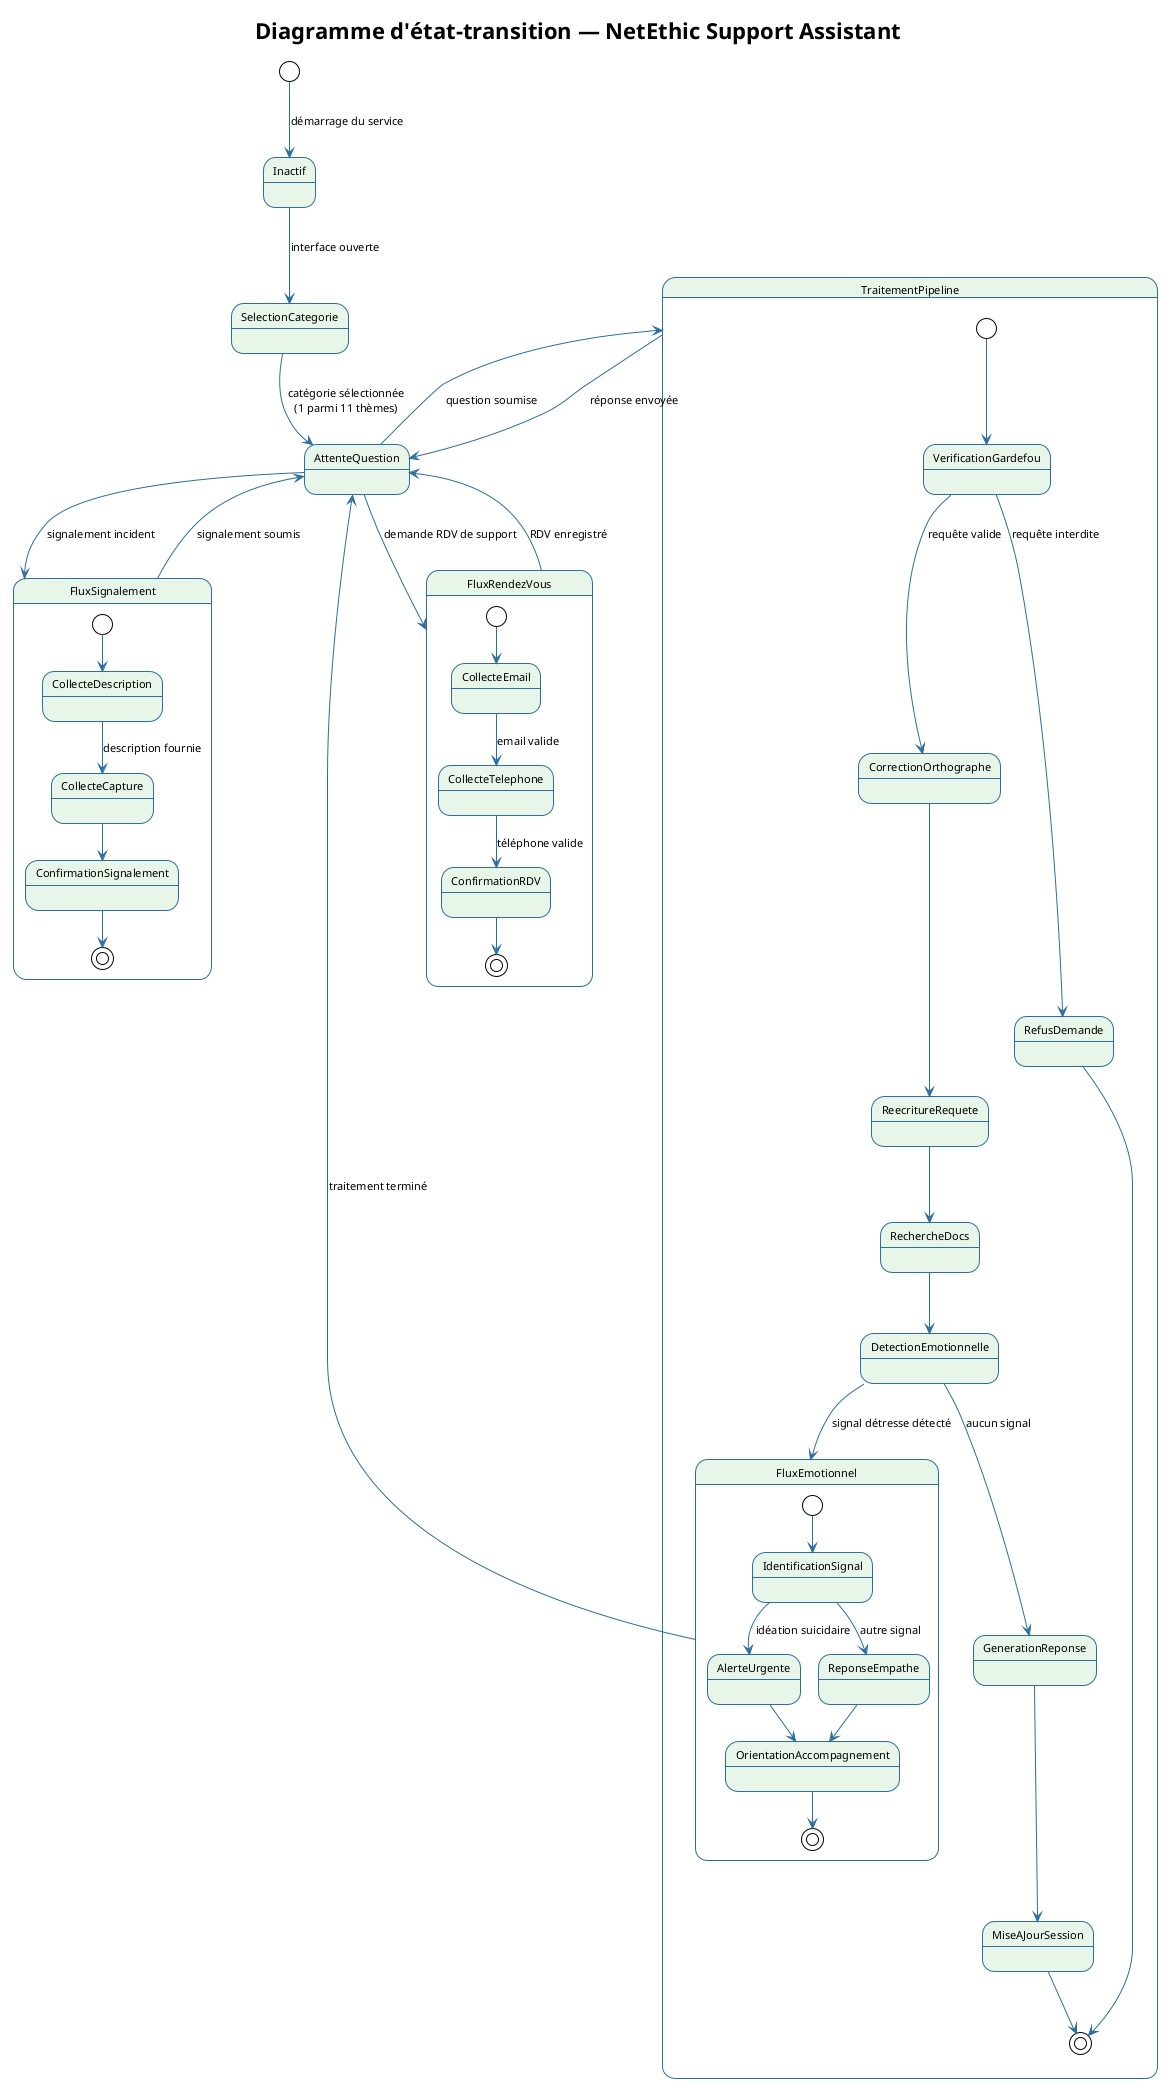
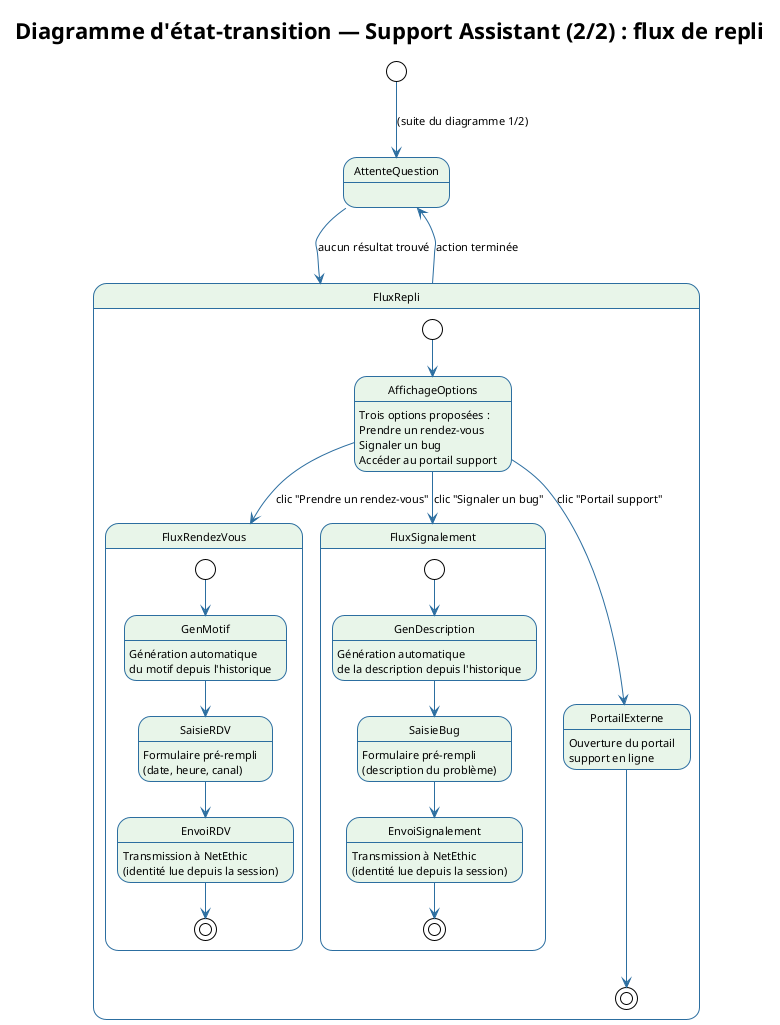
- @startuml etat_support
+ @startuml etat_support_repli
!theme plain
skinparam stateBorderColor #2C6EA0
skinparam stateBackgroundColor #E8F5E9
skinparam stateArrowColor #2C6EA0
skinparam defaultFontName Arial
skinparam defaultFontSize 11

- title Diagramme d'état-transition — NetEthic Support Assistant
+ title Diagramme d'état-transition — Support Assistant (2/2) : flux de repli

- [*] --> Inactif : démarrage du service
+ [*] --> AttenteQuestion : (suite du diagramme 1/2)

- Inactif --> SelectionCategorie : interface ouverte
+ AttenteQuestion --> FluxRepli : aucun résultat trouvé

- SelectionCategorie --> AttenteQuestion : catégorie sélectionnée\n(1 parmi 11 thèmes)
+ state FluxRepli {
+   [*] --> AffichageOptions

- AttenteQuestion --> TraitementPipeline : question soumise
- AttenteQuestion --> FluxRendezVous     : demande RDV de support
- AttenteQuestion --> FluxSignalement    : signalement incident
+   AffichageOptions : Trois options proposées :\nPrendre un rendez-vous\nSignaler un bug\nAccéder au portail support

- ' ─── Pipeline principal ───────────────────────────────────
- state TraitementPipeline {
-   [*]                --> VerificationGardefou
-   VerificationGardefou --> RefusDemande       : requête interdite
-   RefusDemande        --> [*]
-   VerificationGardefou --> CorrectionOrthographe : requête valide
-   CorrectionOrthographe --> ReecritureRequete
-   ReecritureRequete   --> RechercheDocs
-   RechercheDocs       --> DetectionEmotionnelle
-   DetectionEmotionnelle --> FluxEmotionnel    : signal détresse détecté
-   DetectionEmotionnelle --> GenerationReponse : aucun signal
-   GenerationReponse   --> MiseAJourSession
-   MiseAJourSession    --> [*]
+   AffichageOptions --> FluxRendezVous  : clic "Prendre un rendez-vous"
+   AffichageOptions --> FluxSignalement : clic "Signaler un bug"
+   AffichageOptions --> PortailExterne  : clic "Portail support"
+ 
+   state FluxRendezVous {
+     [*] --> GenMotif
+     GenMotif : Génération automatique\ndu motif depuis l'historique
+     GenMotif --> SaisieRDV
+     SaisieRDV : Formulaire pré-rempli\n(date, heure, canal)
+     SaisieRDV --> EnvoiRDV
+     EnvoiRDV : Transmission à NetEthic\n(identité lue depuis la session)
+     EnvoiRDV --> [*]
+   }
+ 
+   state FluxSignalement {
+     [*] --> GenDescription
+     GenDescription : Génération automatique\nde la description depuis l'historique
+     GenDescription --> SaisieBug
+     SaisieBug : Formulaire pré-rempli\n(description du problème)
+     SaisieBug --> EnvoiSignalement
+     EnvoiSignalement : Transmission à NetEthic\n(identité lue depuis la session)
+     EnvoiSignalement --> [*]
+   }
+ 
+   PortailExterne : Ouverture du portail\nsupport en ligne
+   PortailExterne --> [*]
}

- TraitementPipeline --> AttenteQuestion : réponse envoyée
- 
- ' ─── Flux de soutien émotionnel ───────────────────────────
- state FluxEmotionnel {
-   [*]              --> IdentificationSignal
-   IdentificationSignal --> AlerteUrgente    : idéation suicidaire
-   IdentificationSignal --> ReponseEmpathe   : autre signal
-   AlerteUrgente    --> OrientationAccompagnement
-   ReponseEmpathe   --> OrientationAccompagnement
-   OrientationAccompagnement --> [*]
- }
- 
- FluxEmotionnel --> AttenteQuestion : traitement terminé
- 
- ' ─── Flux rendez-vous (FSM) ──────────────────────────────
- state FluxRendezVous {
-   [*]         --> CollecteEmail
-   CollecteEmail   --> CollecteTelephone : email valide
-   CollecteTelephone --> ConfirmationRDV : téléphone valide
-   ConfirmationRDV --> [*]
- }
- 
- FluxRendezVous --> AttenteQuestion : RDV enregistré
- 
- ' ─── Flux signalement (FSM) ──────────────────────────────
- state FluxSignalement {
-   [*]              --> CollecteDescription
-   CollecteDescription --> CollecteCapture : description fournie
-   CollecteCapture     --> ConfirmationSignalement
-   ConfirmationSignalement --> [*]
- }
- 
- FluxSignalement --> AttenteQuestion : signalement soumis
+ FluxRepli --> AttenteQuestion : action terminée

@enduml
